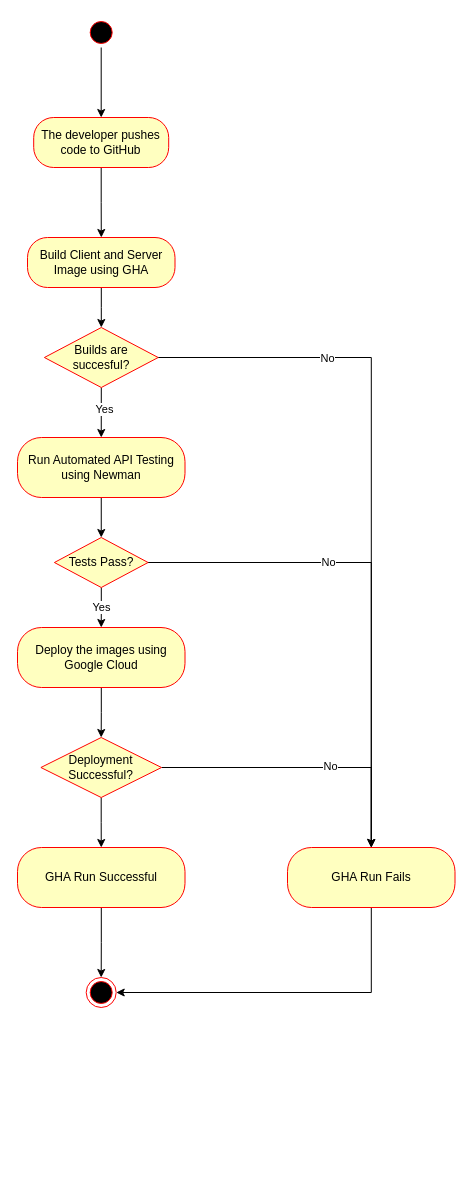
The draw.io diagram docs/System Design.drawio in ShawnGeorge03/FinLearn, before the edit. Source tidied: cells renumbered, new cells numbered last; positions are measured from the earlier drawing's top-left corner, leaving out a move shared by most shapes. Both pictures are drawn from the tidied source at 100%, with x=0, y=0 at pixel (17, 17).
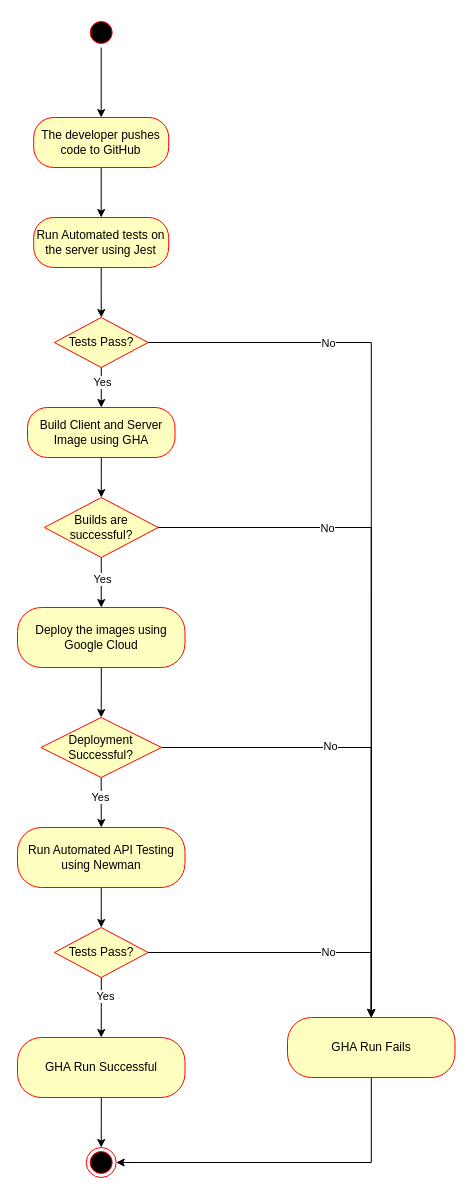
The same diagram, later.

Unchanged cells that the change refers to:
```xml
<mxCell id="7" value="The developer pushes code to GitHub" style="rounded=1;whiteSpace=wrap;html=1;arcSize=40;fontColor=#000000;fillColor=#ffffc0;strokeColor=#ff0000;" parent="1" vertex="1">
  <mxGeometry x="16.2" y="100" width="135" height="50" as="geometry" />
</mxCell>
```

The edit, as a diff of the source:
```diff
@@
     <mxCell id="3" value="Build Client and Server Image using GHA" style="rounded=1;whiteSpace=wrap;html=1;arcSize=40;fontColor=#000000;fillColor=#ffffc0;strokeColor=#ff0000;" parent="1" vertex="1">
-      <mxGeometry x="10" y="220" width="147.5" height="50" as="geometry" />
+      <mxGeometry x="10" y="390" width="147.5" height="50" as="geometry" />
     </mxCell>
@@
-    <mxCell id="6" style="edgeStyle=orthogonalEdgeStyle;rounded=0;jettySize=auto;html=1;" parent="1" edge="1" source="7" target="3">
-      <mxGeometry relative="1" as="geometry" />
-    </mxCell>
+    <mxCell id="29" style="edgeStyle=orthogonalEdgeStyle;rounded=0;jettySize=auto;html=1;" parent="1" edge="1" source="7" target="37">
+      <mxGeometry relative="1" as="geometry" />
+    </mxCell>
@@
     <mxCell id="9" value="Run Automated API Testing using Newman" style="rounded=1;whiteSpace=wrap;html=1;arcSize=40;fontColor=#000000;fillColor=#ffffc0;strokeColor=#ff0000;" parent="1" vertex="1">
-      <mxGeometry y="420" width="167.5" height="60" as="geometry" />
+      <mxGeometry y="810" width="167.5" height="60" as="geometry" />
     </mxCell>
@@
     <mxCell id="11" value="Deploy the images using Google Cloud" style="rounded=1;whiteSpace=wrap;html=1;arcSize=40;fontColor=#000000;fillColor=#ffffc0;strokeColor=#ff0000;" parent="1" vertex="1">
-      <mxGeometry y="610" width="167.5" height="60" as="geometry" />
+      <mxGeometry y="590" width="167.5" height="60" as="geometry" />
     </mxCell>
-    <mxCell id="12" style="edgeStyle=orthogonalEdgeStyle;rounded=0;jettySize=auto;html=1;exitX=0.5;exitY=1;exitDx=0;exitDy=0;entryX=0.5;entryY=0;entryDx=0;entryDy=0;" parent="1" edge="1" source="16" target="9">
-      <mxGeometry relative="1" as="geometry" />
-    </mxCell>
-    <mxCell id="13" value="Yes" style="edgeLabel;html=1;align=center;verticalAlign=middle;" parent="12" vertex="1">
-      <mxGeometry x="-0.15" y="3" relative="1" as="geometry" />
-    </mxCell>
@@
+    <mxCell id="30" style="edgeStyle=orthogonalEdgeStyle;rounded=0;jettySize=auto;html=1;entryX=0.5;entryY=0;entryDx=0;entryDy=0;" parent="1" edge="1" source="16" target="11">
+      <mxGeometry relative="1" as="geometry" />
+    </mxCell>
+    <mxCell id="31" value="Yes" style="edgeLabel;html=1;align=center;verticalAlign=middle;" parent="30" vertex="1">
+      <mxGeometry x="-0.12" y="1" relative="1" as="geometry" />
+    </mxCell>
-    <mxCell id="16" value="Builds are succesful?" style="rhombus;whiteSpace=wrap;html=1;fontColor=#000000;fillColor=#ffffc0;strokeColor=#ff0000;" parent="1" vertex="1">
-      <mxGeometry x="26.9" y="310" width="113.8" height="60" as="geometry" />
+    <mxCell id="16" value="Builds are successful?" style="rhombus;whiteSpace=wrap;html=1;fontColor=#000000;fillColor=#ffffc0;strokeColor=#ff0000;" parent="1" vertex="1">
+      <mxGeometry x="26.9" y="480" width="113.8" height="60" as="geometry" />
     </mxCell>
-    <mxCell id="17" value="Yes" style="edgeStyle=orthogonalEdgeStyle;rounded=0;jettySize=auto;html=1;entryX=0.5;entryY=0;entryDx=0;entryDy=0;" parent="1" edge="1" source="19" target="11">
-      <mxGeometry relative="1" as="geometry" />
-    </mxCell>
     <mxCell id="18" value="No" style="edgeStyle=orthogonalEdgeStyle;rounded=0;jettySize=auto;html=1;exitX=1;exitY=0.5;exitDx=0;exitDy=0;entryX=0.5;entryY=0;entryDx=0;entryDy=0;" parent="1" edge="1" source="19" target="21">
-      <mxGeometry x="-0.29" relative="1" as="geometry" />
+      <mxGeometry x="0.25" relative="1" as="geometry" />
     </mxCell>
+    <mxCell id="32" style="edgeStyle=orthogonalEdgeStyle;rounded=0;jettySize=auto;html=1;entryX=0.5;entryY=0;entryDx=0;entryDy=0;" parent="1" edge="1" source="19" target="26">
+      <mxGeometry relative="1" as="geometry" />
+    </mxCell>
+    <mxCell id="33" value="Yes" style="edgeLabel;html=1;align=center;verticalAlign=middle;" parent="32" vertex="1">
+      <mxGeometry x="-0.37" y="4" relative="1" as="geometry" />
+    </mxCell>
     <mxCell id="19" value="Tests Pass?" style="rhombus;whiteSpace=wrap;html=1;fontColor=#000000;fillColor=#ffffc0;strokeColor=#ff0000;" parent="1" vertex="1">
-      <mxGeometry x="36.9" y="520" width="93.7" height="50" as="geometry" />
+      <mxGeometry x="36.9" y="910" width="93.7" height="50" as="geometry" />
     </mxCell>
     <mxCell id="20" style="edgeStyle=orthogonalEdgeStyle;rounded=0;jettySize=auto;html=1;entryX=1;entryY=0.5;entryDx=0;entryDy=0;" parent="1" edge="1" source="21" target="28">
       <mxGeometry relative="1" as="geometry">
         <Array as="points">
-          <mxPoint x="354" y="975" />
+          <mxPoint x="354" y="1145" />
         </Array>
       </mxGeometry>
     </mxCell>
     <mxCell id="21" value="GHA Run Fails" style="rounded=1;whiteSpace=wrap;html=1;arcSize=40;fontColor=#000000;fillColor=#ffffc0;strokeColor=#ff0000;" parent="1" vertex="1">
-      <mxGeometry x="270" y="830" width="167.5" height="60" as="geometry" />
+      <mxGeometry x="270" y="1000" width="167.5" height="60" as="geometry" />
     </mxCell>
-    <mxCell id="22" style="edgeStyle=orthogonalEdgeStyle;rounded=0;jettySize=auto;html=1;entryX=0.5;entryY=0;entryDx=0;entryDy=0;" parent="1" edge="1" source="24" target="26">
-      <mxGeometry relative="1" as="geometry" />
-    </mxCell>
@@
+    <mxCell id="34" style="edgeStyle=orthogonalEdgeStyle;rounded=0;jettySize=auto;html=1;" parent="1" edge="1" source="24" target="9">
+      <mxGeometry relative="1" as="geometry" />
+    </mxCell>
+    <mxCell id="35" value="Yes" style="edgeLabel;html=1;align=center;verticalAlign=middle;" parent="34" vertex="1">
+      <mxGeometry x="-0.24" y="-1" relative="1" as="geometry" />
+    </mxCell>
     <mxCell id="24" value="Deployment Successful?" style="rhombus;whiteSpace=wrap;html=1;fontColor=#000000;fillColor=#ffffc0;strokeColor=#ff0000;" parent="1" vertex="1">
-      <mxGeometry x="23.4" y="720" width="120.6" height="60" as="geometry" />
+      <mxGeometry x="23.4" y="700" width="120.6" height="60" as="geometry" />
     </mxCell>
@@
     <mxCell id="26" value="GHA Run Successful" style="rounded=1;whiteSpace=wrap;html=1;arcSize=40;fontColor=#000000;fillColor=#ffffc0;strokeColor=#ff0000;" parent="1" vertex="1">
-      <mxGeometry y="830" width="167.5" height="60" as="geometry" />
+      <mxGeometry y="1020" width="167.5" height="60" as="geometry" />
     </mxCell>
     <mxCell id="27" value="No" style="edgeLabel;html=1;align=center;verticalAlign=middle;" parent="1" vertex="1">
-      <mxGeometry x="319.8" y="350" as="geometry">
+      <mxGeometry x="319.8" y="330" as="geometry">
         <mxPoint x="-7" y="398" as="offset" />
       </mxGeometry>
     </mxCell>
     <mxCell id="28" style="ellipse;html=1;shape=endState;fillColor=#000000;strokeColor=#ff0000;" parent="1" vertex="1">
-      <mxGeometry x="68.7" y="960" width="30" height="30" as="geometry" />
+      <mxGeometry x="68.7" y="1130" width="30" height="30" as="geometry" />
     </mxCell>
+    <mxCell id="36" style="edgeStyle=orthogonalEdgeStyle;rounded=0;jettySize=auto;html=1;" parent="1" edge="1" source="37" target="41">
+      <mxGeometry relative="1" as="geometry" />
+    </mxCell>
+    <mxCell id="37" value="Run Automated tests on the server using Jest" style="rounded=1;whiteSpace=wrap;html=1;arcSize=40;fontColor=#000000;fillColor=#ffffc0;strokeColor=#ff0000;" parent="1" vertex="1">
+      <mxGeometry x="16.2" y="200" width="135" height="50" as="geometry" />
+    </mxCell>
+    <mxCell id="38" style="edgeStyle=orthogonalEdgeStyle;rounded=0;jettySize=auto;html=1;entryX=0.5;entryY=0;entryDx=0;entryDy=0;" parent="1" edge="1" source="41" target="3">
+      <mxGeometry relative="1" as="geometry" />
+    </mxCell>
+    <mxCell id="39" value="Yes" style="edgeLabel;html=1;align=center;verticalAlign=middle;" parent="38" vertex="1">
+      <mxGeometry x="-0.27" y="1" relative="1" as="geometry" />
+    </mxCell>
+    <mxCell id="40" style="edgeStyle=orthogonalEdgeStyle;rounded=0;jettySize=auto;html=1;entryX=0.5;entryY=0;entryDx=0;entryDy=0;" parent="1" edge="1" source="41" target="21">
+      <mxGeometry relative="1" as="geometry" />
+    </mxCell>
+    <mxCell id="41" value="Tests Pass?" style="rhombus;whiteSpace=wrap;html=1;fontColor=#000000;fillColor=#ffffc0;strokeColor=#ff0000;" parent="1" vertex="1">
+      <mxGeometry x="36.9" y="300" width="93.7" height="50" as="geometry" />
+    </mxCell>
+    <mxCell id="42" value="No" style="edgeLabel;html=1;align=center;verticalAlign=middle;" parent="1" vertex="1">
+      <mxGeometry x="310" y="325" as="geometry" />
+    </mxCell>
```
